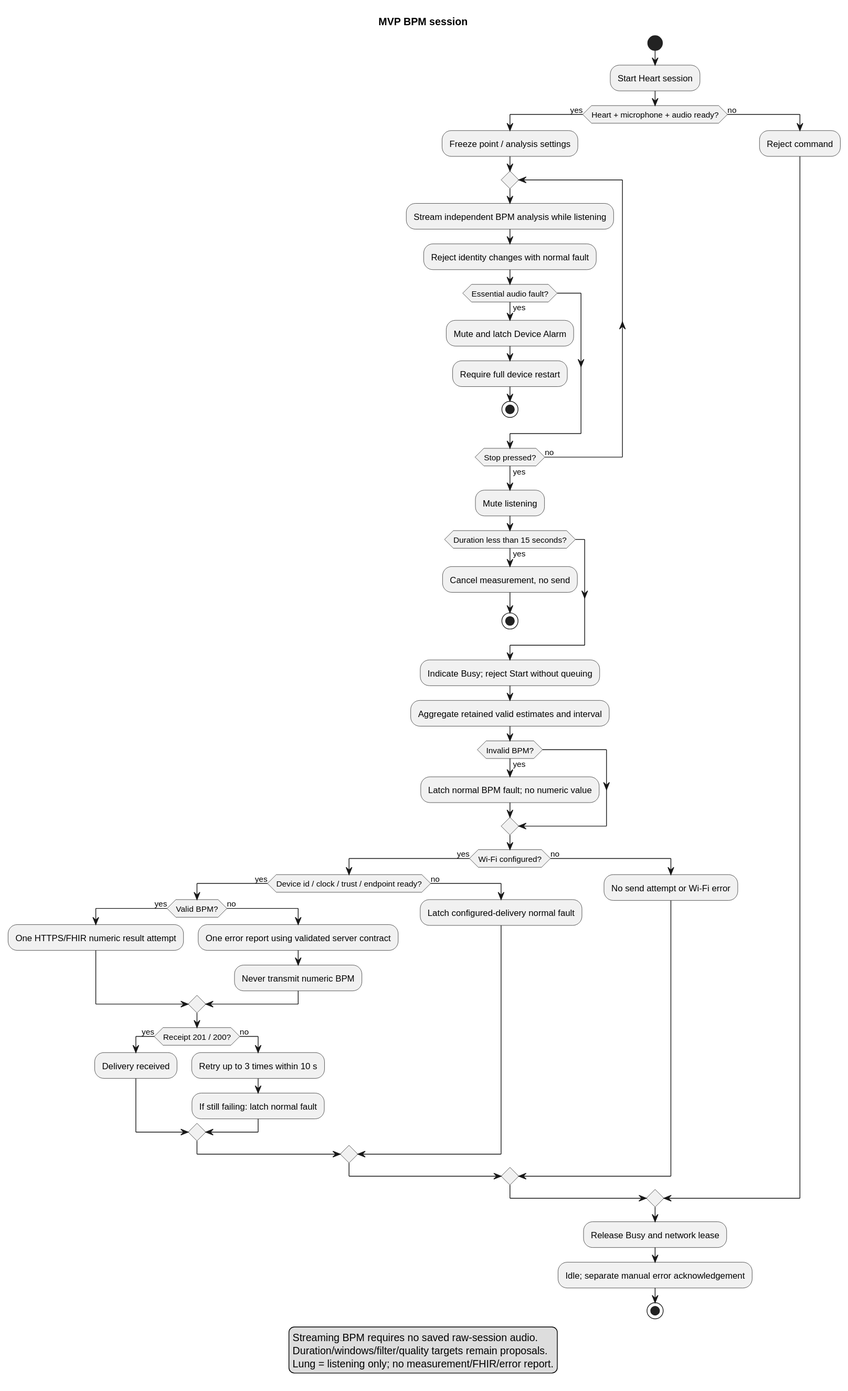
The PlantUML diagram Development/system/architecture/rendered/measurement_workflow.svg in DemonicPsychoII/DigitalStethoscope, before a commit.
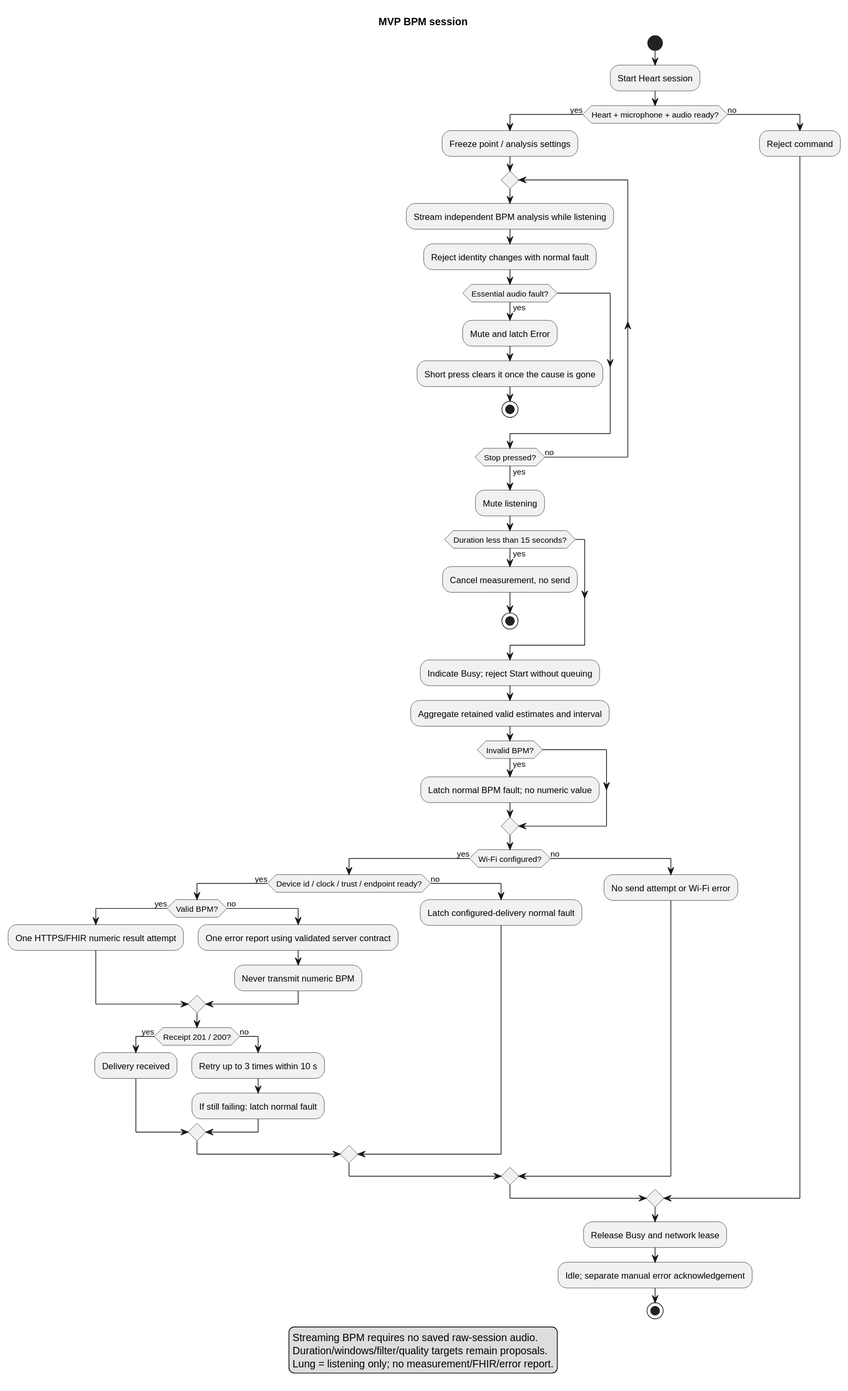
Above is the later version.

What changed in the source:
```diff
@@ -10,8 +10,8 @@
   :Stream independent BPM analysis while listening;
   :Reject identity changes with normal fault;
   if (Essential audio fault?) then (yes)
-   :Mute and latch Device Alarm;
-   :Require full device restart;
+   :Mute and latch Error;
+   :Short press clears it once the cause is gone;
    stop
   endif
  repeat while (Stop pressed?) is (no) not (yes)
```
